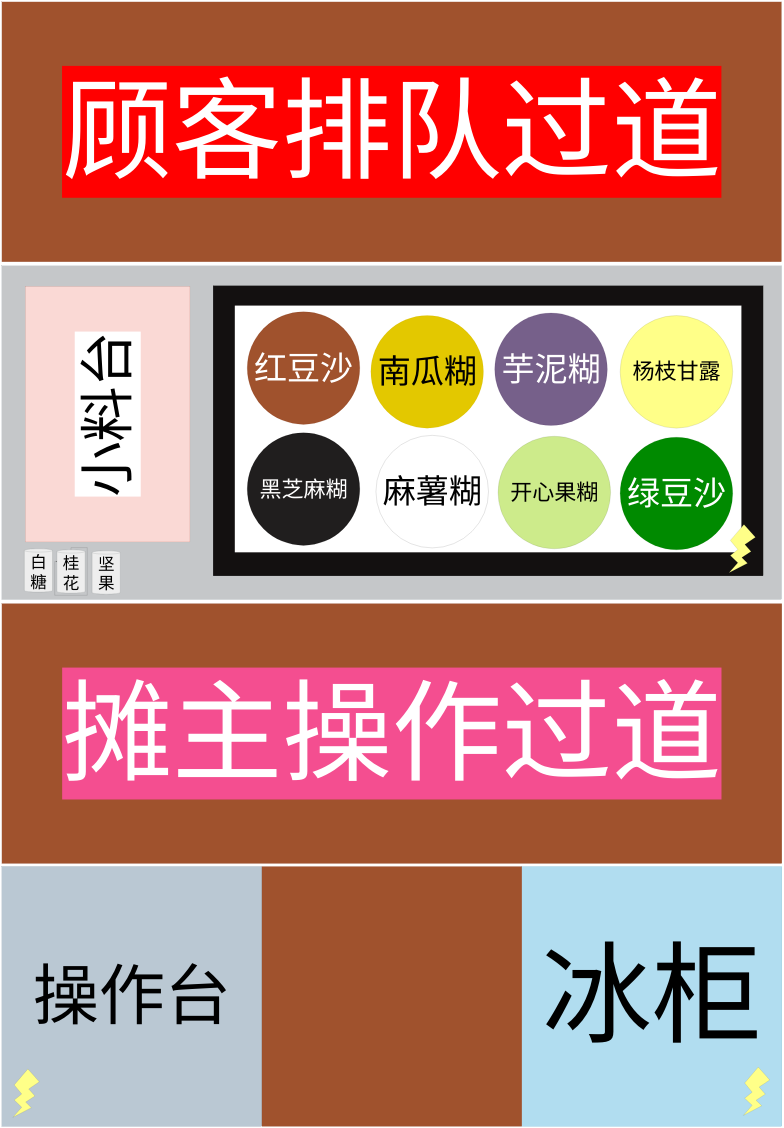
The draw.io diagram 糖水餐车设计图.drawio in m18507308080/-, before the edit. Source tidied: cells renumbered, new cells numbered last; positions are measured from the earlier drawing's top-left corner, leaving out a move shared by most shapes. Both pictures are drawn from the tidied source at 11%, with x=0, y=0 at pixel (-20, 2).
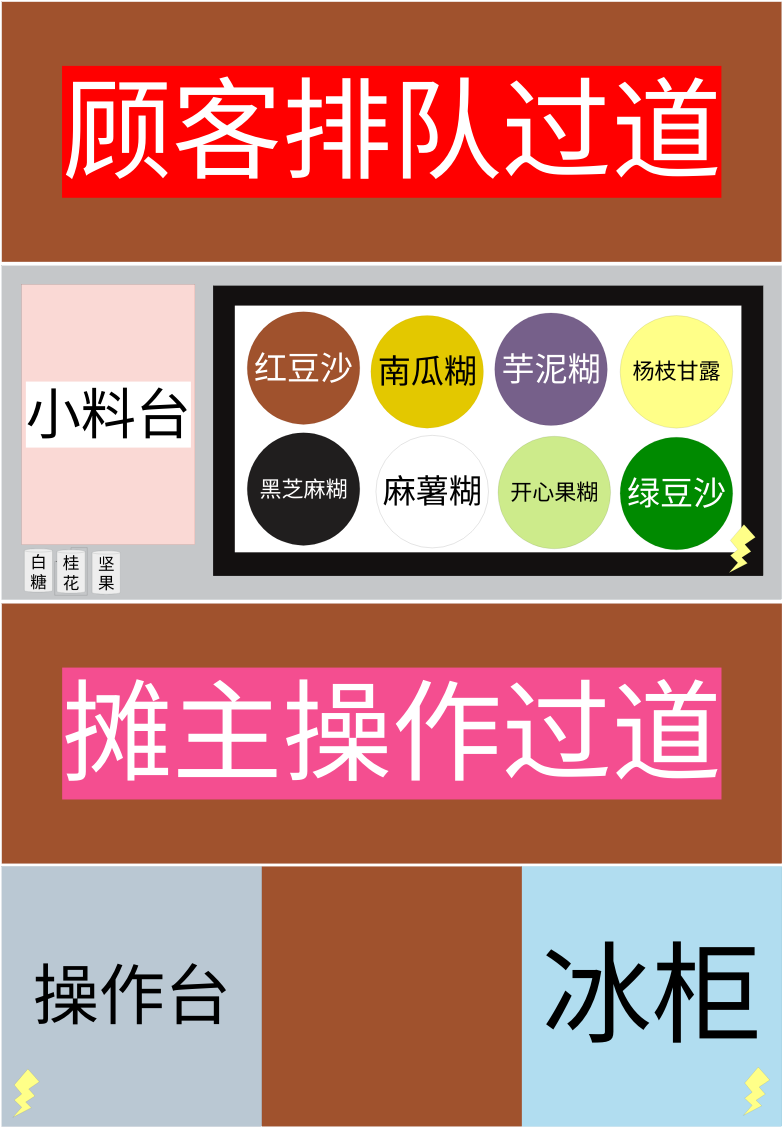
After the change.

Commit message:
更新糖水餐车设计图.drawio

Diff of the diagram source:
```diff
@@
-    <mxCell id="15" value="小料台" style="rounded=0;whiteSpace=wrap;html=1;rotation=-90;fontSize=500;labelBackgroundColor=default;fillColor=#fad9d5;strokeColor=#ae4132;" parent="1" vertex="1">
-      <mxGeometry y="3000" width="2322.8" height="1496.1" as="geometry" />
+    <mxCell id="15" value="小料台" style="rounded=0;whiteSpace=wrap;html=1;rotation=0;fontSize=500;labelBackgroundColor=#FFFFFF;fillColor=#fad9d5;strokeColor=#ae4132;" parent="1" vertex="1">
+      <mxGeometry x="380" y="2570" width="1574.8" height="2362.2" as="geometry" />
     </mxCell>
```
